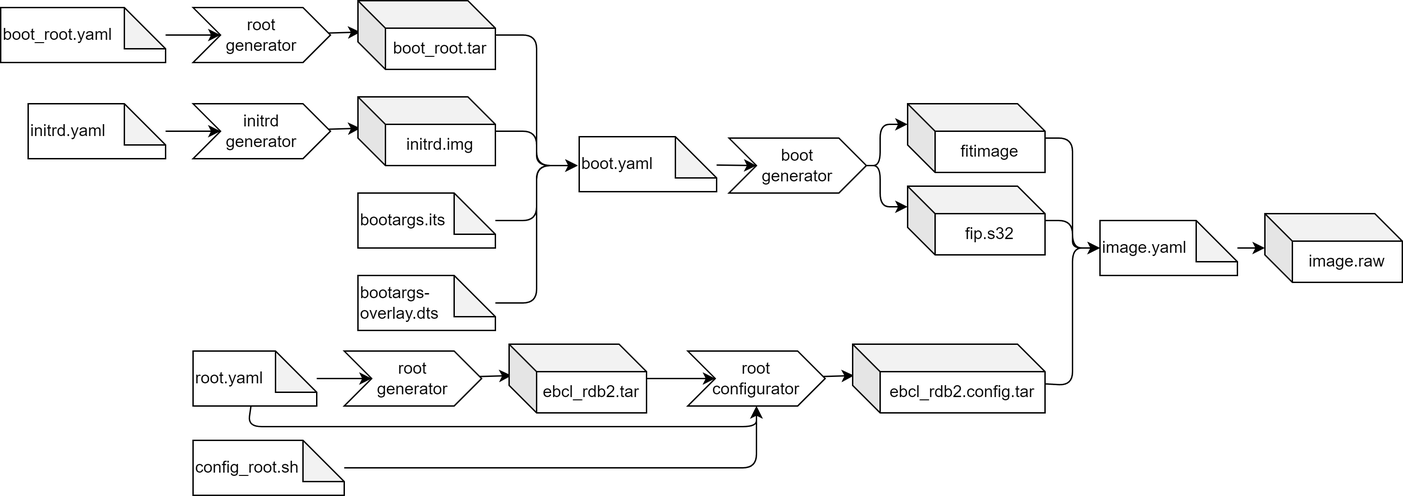
The draw.io diagram docs/assets/S32G2_full.png in Elektrobit/ebcl_template, before a commit. Source tidied: cells renumbered, new cells last; positions are measured from the earlier drawing's top-left corner, leaving out a move shared by most shapes. Its diagram source:
```xml
<mxGraphModel background="#FFFFFF">
  <root>
    <mxCell id="0" />
    <mxCell id="1" parent="0" />
    <mxCell id="2" style="edgeStyle=none;html=1;entryX=0.018;entryY=0.457;entryDx=0;entryDy=0;entryPerimeter=0;" parent="1" edge="1" source="3" target="7">
      <mxGeometry relative="1" as="geometry" />
    </mxCell>
    <mxCell id="3" value="root&lt;br&gt;generator" style="shape=step;perimeter=stepPerimeter;whiteSpace=wrap;html=1;fixedSize=1;" parent="1" vertex="1">
      <mxGeometry x="140" y="5" width="100" height="40" as="geometry" />
    </mxCell>
    <mxCell id="4" style="edgeStyle=none;html=1;entryX=0;entryY=0.5;entryDx=0;entryDy=0;" parent="1" edge="1" source="5" target="3">
      <mxGeometry relative="1" as="geometry" />
    </mxCell>
    <mxCell id="5" value="boot_root.yaml" style="shape=note;whiteSpace=wrap;html=1;backgroundOutline=1;darkOpacity=0.05;align=left;" parent="1" vertex="1">
      <mxGeometry y="5" width="120" height="40" as="geometry" />
    </mxCell>
    <mxCell id="6" style="edgeStyle=none;html=1;" parent="1" edge="1" source="7">
      <mxGeometry relative="1" as="geometry">
        <mxPoint x="420" y="120" as="targetPoint" />
        <Array as="points">
          <mxPoint x="390" y="25" />
          <mxPoint x="390" y="120" />
        </Array>
      </mxGeometry>
    </mxCell>
    <mxCell id="7" value="boot_root.tar" style="shape=cube;whiteSpace=wrap;html=1;boundedLbl=1;backgroundOutline=1;darkOpacity=0.05;darkOpacity2=0.1;" parent="1" vertex="1">
      <mxGeometry x="260" width="100" height="50" as="geometry" />
    </mxCell>
    <mxCell id="8" style="edgeStyle=none;html=1;entryX=0.018;entryY=0.457;entryDx=0;entryDy=0;entryPerimeter=0;" parent="1" edge="1" source="9" target="13">
      <mxGeometry relative="1" as="geometry" />
    </mxCell>
    <mxCell id="9" value="initrd&lt;br&gt;generator" style="shape=step;perimeter=stepPerimeter;whiteSpace=wrap;html=1;fixedSize=1;" parent="1" vertex="1">
      <mxGeometry x="140" y="75" width="100" height="40" as="geometry" />
    </mxCell>
    <mxCell id="10" style="edgeStyle=none;html=1;entryX=0;entryY=0.5;entryDx=0;entryDy=0;" parent="1" edge="1" source="11" target="9">
      <mxGeometry relative="1" as="geometry" />
    </mxCell>
    <mxCell id="11" value="initrd.yaml" style="shape=note;whiteSpace=wrap;html=1;backgroundOutline=1;darkOpacity=0.05;align=left;" parent="1" vertex="1">
      <mxGeometry x="20" y="75" width="100" height="40" as="geometry" />
    </mxCell>
    <mxCell id="12" style="edgeStyle=none;html=1;" parent="1" edge="1" source="13">
      <mxGeometry relative="1" as="geometry">
        <mxPoint x="420" y="120" as="targetPoint" />
        <Array as="points">
          <mxPoint x="390" y="95" />
          <mxPoint x="390" y="120" />
        </Array>
      </mxGeometry>
    </mxCell>
    <mxCell id="13" value="initrd.img" style="shape=cube;whiteSpace=wrap;html=1;boundedLbl=1;backgroundOutline=1;darkOpacity=0.05;darkOpacity2=0.1;" parent="1" vertex="1">
      <mxGeometry x="260" y="70" width="100" height="50" as="geometry" />
    </mxCell>
    <mxCell id="14" style="edgeStyle=none;html=1;" parent="1" edge="1" source="15">
      <mxGeometry relative="1" as="geometry">
        <mxPoint x="420" y="120" as="targetPoint" />
        <Array as="points">
          <mxPoint x="390" y="160" />
          <mxPoint x="390" y="120" />
        </Array>
      </mxGeometry>
    </mxCell>
    <mxCell id="15" value="bootargs.its" style="shape=note;whiteSpace=wrap;html=1;backgroundOutline=1;darkOpacity=0.05;align=left;" parent="1" vertex="1">
      <mxGeometry x="260" y="140" width="100" height="40" as="geometry" />
    </mxCell>
    <mxCell id="16" style="edgeStyle=none;html=1;" parent="1" edge="1" source="17">
      <mxGeometry relative="1" as="geometry">
        <mxPoint x="420" y="120" as="targetPoint" />
        <Array as="points">
          <mxPoint x="390" y="220" />
          <mxPoint x="390" y="120" />
        </Array>
      </mxGeometry>
    </mxCell>
    <mxCell id="17" value="bootargs-overlay.dts" style="shape=note;whiteSpace=wrap;html=1;backgroundOutline=1;darkOpacity=0.05;align=left;" parent="1" vertex="1">
      <mxGeometry x="260" y="200" width="100" height="40" as="geometry" />
    </mxCell>
    <mxCell id="18" style="edgeStyle=none;html=1;entryX=0;entryY=0;entryDx=0;entryDy=15;entryPerimeter=0;" parent="1" edge="1" source="20" target="22">
      <mxGeometry relative="1" as="geometry">
        <Array as="points">
          <mxPoint x="640" y="120" />
          <mxPoint x="640" y="90" />
        </Array>
      </mxGeometry>
    </mxCell>
    <mxCell id="19" style="edgeStyle=none;html=1;entryX=0;entryY=0;entryDx=0;entryDy=15;entryPerimeter=0;" parent="1" edge="1" source="20" target="24">
      <mxGeometry relative="1" as="geometry">
        <Array as="points">
          <mxPoint x="640" y="120" />
          <mxPoint x="640" y="150" />
        </Array>
      </mxGeometry>
    </mxCell>
    <mxCell id="20" value="boot&lt;br&gt;generator" style="shape=step;perimeter=stepPerimeter;whiteSpace=wrap;html=1;fixedSize=1;" parent="1" vertex="1">
      <mxGeometry x="530" y="100" width="100" height="40" as="geometry" />
    </mxCell>
    <mxCell id="21" style="edgeStyle=none;html=1;entryX=0;entryY=0.5;entryDx=0;entryDy=0;entryPerimeter=0;" parent="1" edge="1" source="22" target="39">
      <mxGeometry relative="1" as="geometry">
        <Array as="points">
          <mxPoint x="780" y="100" />
          <mxPoint x="780" y="180" />
        </Array>
      </mxGeometry>
    </mxCell>
    <mxCell id="22" value="fitimage" style="shape=cube;whiteSpace=wrap;html=1;boundedLbl=1;backgroundOutline=1;darkOpacity=0.05;darkOpacity2=0.1;" parent="1" vertex="1">
      <mxGeometry x="660" y="75" width="100" height="50" as="geometry" />
    </mxCell>
    <mxCell id="23" style="edgeStyle=none;html=1;entryX=0;entryY=0.5;entryDx=0;entryDy=0;entryPerimeter=0;" parent="1" edge="1" source="24" target="39">
      <mxGeometry relative="1" as="geometry">
        <Array as="points">
          <mxPoint x="780" y="160" />
          <mxPoint x="780" y="180" />
        </Array>
      </mxGeometry>
    </mxCell>
    <mxCell id="24" value="fip.s32" style="shape=cube;whiteSpace=wrap;html=1;boundedLbl=1;backgroundOutline=1;darkOpacity=0.05;darkOpacity2=0.1;" parent="1" vertex="1">
      <mxGeometry x="660" y="135" width="100" height="50" as="geometry" />
    </mxCell>
    <mxCell id="25" style="edgeStyle=none;html=1;entryX=0;entryY=0.5;entryDx=0;entryDy=0;" parent="1" edge="1" source="26" target="20">
      <mxGeometry relative="1" as="geometry" />
    </mxCell>
    <mxCell id="26" value="boot.yaml" style="shape=note;whiteSpace=wrap;html=1;backgroundOutline=1;darkOpacity=0.05;align=left;" parent="1" vertex="1">
      <mxGeometry x="421" y="99" width="100" height="40" as="geometry" />
    </mxCell>
    <mxCell id="27" style="edgeStyle=none;html=1;entryX=0.018;entryY=0.457;entryDx=0;entryDy=0;entryPerimeter=0;" parent="1" edge="1" source="28" target="33">
      <mxGeometry relative="1" as="geometry" />
    </mxCell>
    <mxCell id="28" value="root&lt;br&gt;generator" style="shape=step;perimeter=stepPerimeter;whiteSpace=wrap;html=1;fixedSize=1;" parent="1" vertex="1">
      <mxGeometry x="250" y="255" width="100" height="40" as="geometry" />
    </mxCell>
    <mxCell id="29" style="edgeStyle=none;html=1;entryX=0;entryY=0.5;entryDx=0;entryDy=0;" parent="1" edge="1" source="31" target="28">
      <mxGeometry relative="1" as="geometry" />
    </mxCell>
    <mxCell id="30" style="edgeStyle=none;html=1;entryX=0.5;entryY=1;entryDx=0;entryDy=0;" parent="1" edge="1" source="31" target="35">
      <mxGeometry relative="1" as="geometry">
        <Array as="points">
          <mxPoint x="180" y="310" />
          <mxPoint x="550" y="310" />
        </Array>
      </mxGeometry>
    </mxCell>
    <mxCell id="31" value="root.yaml" style="shape=note;whiteSpace=wrap;html=1;backgroundOutline=1;darkOpacity=0.05;align=left;" parent="1" vertex="1">
      <mxGeometry x="140" y="255" width="90" height="40" as="geometry" />
    </mxCell>
    <mxCell id="32" style="edgeStyle=none;html=1;entryX=0;entryY=0.5;entryDx=0;entryDy=0;" parent="1" edge="1" source="33" target="35">
      <mxGeometry relative="1" as="geometry" />
    </mxCell>
    <mxCell id="33" value="ebcl_rdb2.tar" style="shape=cube;whiteSpace=wrap;html=1;boundedLbl=1;backgroundOutline=1;darkOpacity=0.05;darkOpacity2=0.1;" parent="1" vertex="1">
      <mxGeometry x="370" y="250" width="100" height="50" as="geometry" />
    </mxCell>
    <mxCell id="34" style="edgeStyle=none;html=1;entryX=0.007;entryY=0.457;entryDx=0;entryDy=0;entryPerimeter=0;" parent="1" edge="1" source="35" target="37">
      <mxGeometry relative="1" as="geometry" />
    </mxCell>
    <mxCell id="35" value="root&lt;br&gt;configurator" style="shape=step;perimeter=stepPerimeter;whiteSpace=wrap;html=1;fixedSize=1;" parent="1" vertex="1">
      <mxGeometry x="500" y="255" width="100" height="40" as="geometry" />
    </mxCell>
    <mxCell id="36" style="edgeStyle=none;html=1;entryX=0;entryY=0.5;entryDx=0;entryDy=0;entryPerimeter=0;" parent="1" edge="1" source="37" target="39">
      <mxGeometry relative="1" as="geometry">
        <Array as="points">
          <mxPoint x="780" y="280" />
          <mxPoint x="780" y="180" />
        </Array>
      </mxGeometry>
    </mxCell>
    <mxCell id="37" value="ebcl_rdb2.config.tar" style="shape=cube;whiteSpace=wrap;html=1;boundedLbl=1;backgroundOutline=1;darkOpacity=0.05;darkOpacity2=0.1;" parent="1" vertex="1">
      <mxGeometry x="620" y="250" width="140" height="50" as="geometry" />
    </mxCell>
    <mxCell id="38" style="edgeStyle=none;html=1;" parent="1" edge="1" source="39" target="40">
      <mxGeometry relative="1" as="geometry" />
    </mxCell>
    <mxCell id="39" value="image.yaml" style="shape=note;whiteSpace=wrap;html=1;backgroundOutline=1;darkOpacity=0.05;align=left;" parent="1" vertex="1">
      <mxGeometry x="800" y="160" width="100" height="40" as="geometry" />
    </mxCell>
    <mxCell id="40" value="image.raw" style="shape=cube;whiteSpace=wrap;html=1;boundedLbl=1;backgroundOutline=1;darkOpacity=0.05;darkOpacity2=0.1;" parent="1" vertex="1">
      <mxGeometry x="920" y="155" width="100" height="50" as="geometry" />
    </mxCell>
    <mxCell id="41" style="edgeStyle=none;html=1;entryX=0.5;entryY=1;entryDx=0;entryDy=0;" parent="1" edge="1" source="42" target="35">
      <mxGeometry relative="1" as="geometry">
        <Array as="points">
          <mxPoint x="550" y="340" />
        </Array>
      </mxGeometry>
    </mxCell>
    <mxCell id="42" value="config_root.sh" style="shape=note;whiteSpace=wrap;html=1;backgroundOutline=1;darkOpacity=0.05;align=left;" parent="1" vertex="1">
      <mxGeometry x="140" y="320" width="110" height="40" as="geometry" />
    </mxCell>
  </root>
</mxGraphModel>
```
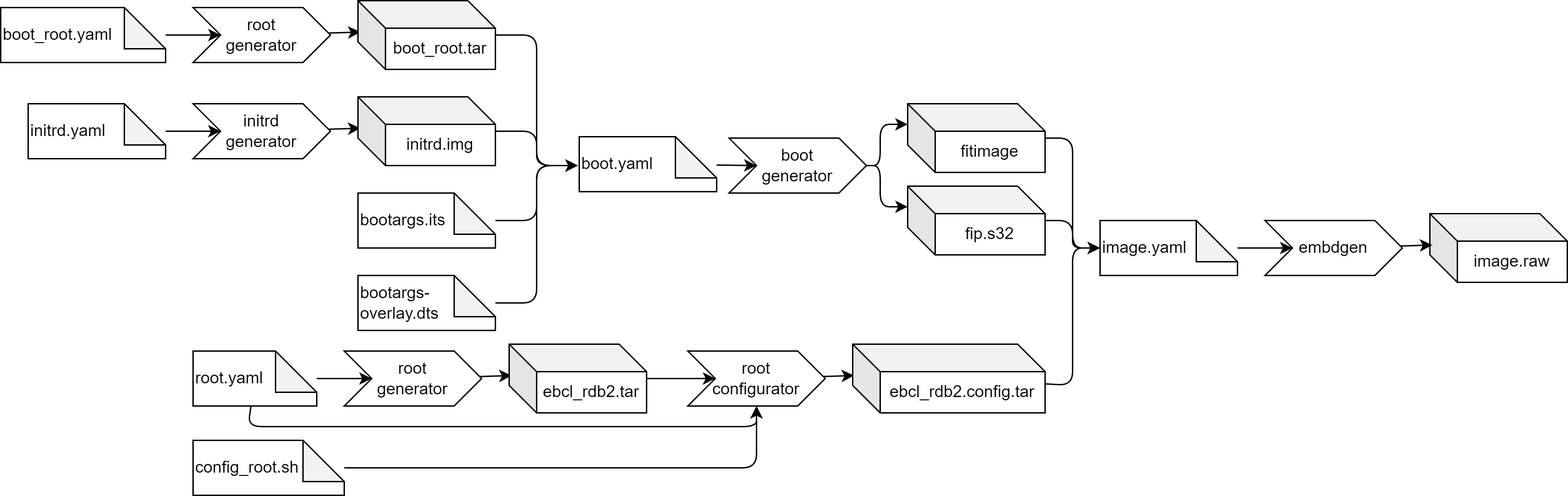
Later version of the same file.

What changed in the source:
```diff
@@ -164,14 +164,14 @@
     <mxCell id="37" value="ebcl_rdb2.config.tar" style="shape=cube;whiteSpace=wrap;html=1;boundedLbl=1;backgroundOutline=1;darkOpacity=0.05;darkOpacity2=0.1;" parent="1" vertex="1">
       <mxGeometry x="620" y="250" width="140" height="50" as="geometry" />
     </mxCell>
-    <mxCell id="38" style="edgeStyle=none;html=1;" parent="1" edge="1" source="39" target="40">
-      <mxGeometry relative="1" as="geometry" />
-    </mxCell>
+    <mxCell id="43" style="edgeStyle=none;html=1;entryX=0;entryY=0.5;entryDx=0;entryDy=0;" parent="1" edge="1" source="39" target="45">
+      <mxGeometry relative="1" as="geometry" />
+    </mxCell>
     <mxCell id="39" value="image.yaml" style="shape=note;whiteSpace=wrap;html=1;backgroundOutline=1;darkOpacity=0.05;align=left;" parent="1" vertex="1">
       <mxGeometry x="800" y="160" width="100" height="40" as="geometry" />
     </mxCell>
     <mxCell id="40" value="image.raw" style="shape=cube;whiteSpace=wrap;html=1;boundedLbl=1;backgroundOutline=1;darkOpacity=0.05;darkOpacity2=0.1;" parent="1" vertex="1">
-      <mxGeometry x="920" y="155" width="100" height="50" as="geometry" />
+      <mxGeometry x="1040" y="155" width="100" height="50" as="geometry" />
     </mxCell>
     <mxCell id="41" style="edgeStyle=none;html=1;entryX=0.5;entryY=1;entryDx=0;entryDy=0;" parent="1" edge="1" source="42" target="35">
       <mxGeometry relative="1" as="geometry">
@@ -183,5 +183,11 @@
     <mxCell id="42" value="config_root.sh" style="shape=note;whiteSpace=wrap;html=1;backgroundOutline=1;darkOpacity=0.05;align=left;" parent="1" vertex="1">
       <mxGeometry x="140" y="320" width="110" height="40" as="geometry" />
     </mxCell>
+    <mxCell id="44" style="edgeStyle=none;html=1;entryX=0.018;entryY=0.457;entryDx=0;entryDy=0;entryPerimeter=0;" parent="1" edge="1" source="45" target="40">
+      <mxGeometry relative="1" as="geometry" />
+    </mxCell>
+    <mxCell id="45" value="embdgen" style="shape=step;perimeter=stepPerimeter;whiteSpace=wrap;html=1;fixedSize=1;" parent="1" vertex="1">
+      <mxGeometry x="920" y="160" width="100" height="40" as="geometry" />
+    </mxCell>
   </root>
 </mxGraphModel>
```
